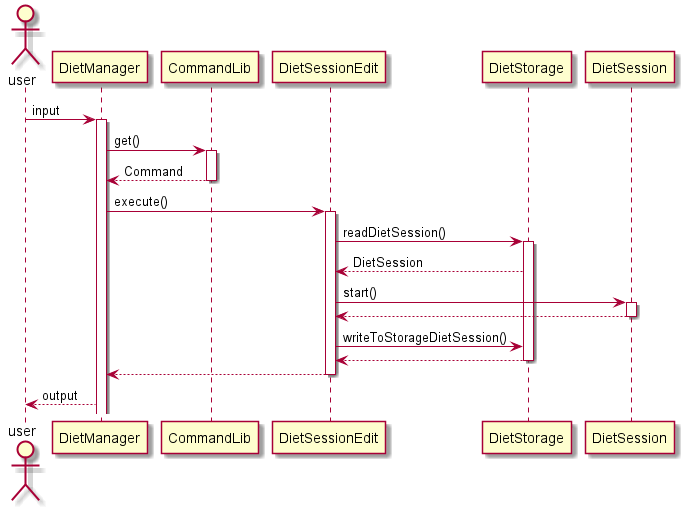
Before: docs/pictures/Zeon/DietSessionEdit.png, a diagram exported from PlantUML (zsk612/tp).
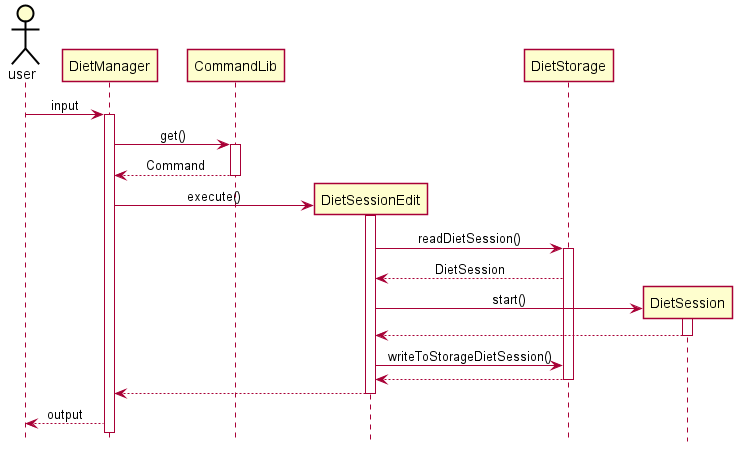
After the commit.

Commit message:
update uml diagram for dietsessionedit

Diff of the diagram source:
```diff
@@ -1,4 +1,45 @@
 @startuml
+
+
+
+
+
+skinparam Class {
+    FontColor #FFFFFF
+    BorderThickness 1
+    BorderColor #FFFFFF
+    StereotypeFontColor #FFFFFF
+    FontName Arial
+}
+
+skinparam Actor {
+    BorderColor #000000
+    Color #000000
+    FontName Arial
+}
+
+skinparam Sequence {
+    MessageAlign center
+    BoxFontSize 13
+    BoxPadding 0
+    BoxFontColor #FFFFFF
+    FontName Arial
+}
+
+skinparam Participant {
+    Padding 20
+}
+
+skinparam MinClassWidth 50
+skinparam ParticipantPadding 10
+skinparam Shadowing false
+skinparam DefaultTextAlignment center
+skinparam packageStyle Rectangle
+skinparam BackgroundColor #FFFFFFF
+
+hide footbox
+hide members
+hide circle
 actor user
 user -> DietManager : input
 activate DietManager
@@ -8,14 +49,14 @@
 CommandLib --> DietManager : Command
 deactivate CommandLib
 
-DietManager -> DietSessionEdit : execute()
+DietManager -> DietSessionEdit ** : execute()
 activate DietSessionEdit
 
 DietSessionEdit -> DietStorage : readDietSession()
 activate DietStorage
 DietStorage --> DietSessionEdit : DietSession
 
-DietSessionEdit -> DietSession : start()
+DietSessionEdit -> DietSession ** : start()
 activate DietSession
 DietSession --> DietSessionEdit
 deactivate DietSession
```
